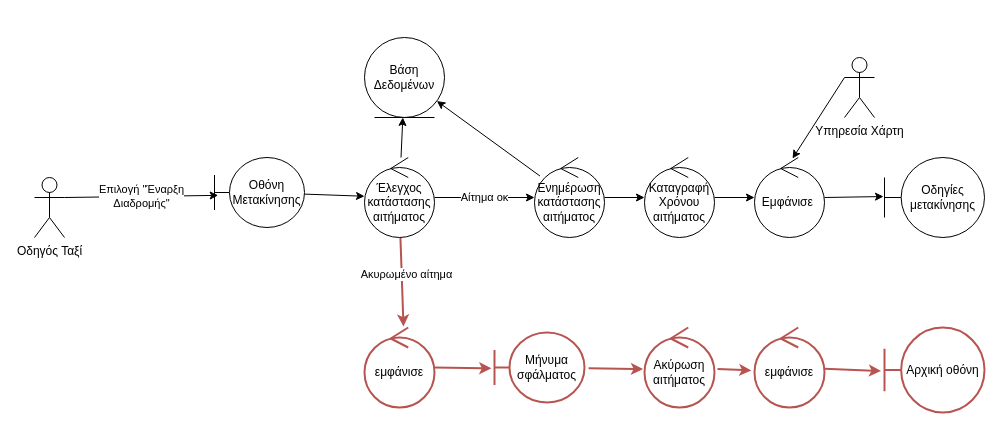
Earlier version of the draw.io diagram Part_2/Robustness/diagrams/09_Επιβίβαση_σε_Ταξί.drawio (Nikolis2002/texnoligia_logismikou). Source tidied: cells renumbered, new cells numbered last; positions are measured from the earlier drawing's top-left corner, leaving out a move shared by most shapes. Both pictures are drawn from the tidied source at 100%, with x=0, y=0 at pixel (34, 37).
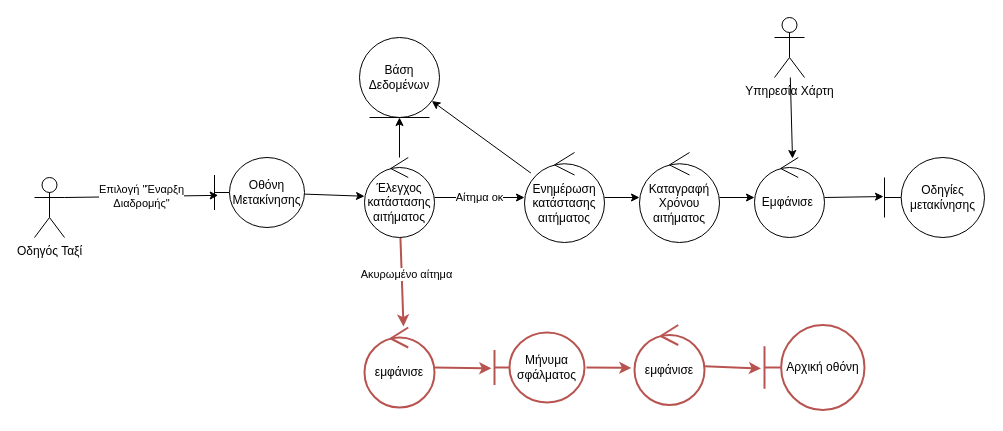
The same page after the edit.

Unchanged cells that the change refers to:
```xml
<mxCell id="16" value="Εμφάνισε&amp;nbsp;" style="ellipse;shape=umlControl;whiteSpace=wrap;html=1;" parent="1" vertex="1">
  <mxGeometry x="720" y="120" width="70" height="80" as="geometry" />
</mxCell>
<mxCell id="26" value="Μήνυμα σφάλματος" style="shape=umlBoundary;whiteSpace=wrap;html=1;fillColor=none;strokeColor=#b85450;strokeWidth=2;" parent="1" vertex="1">
  <mxGeometry x="460" y="295" width="90" height="70" as="geometry" />
</mxCell>
```

What changed in the source:
```diff
@@
     <mxCell id="11" value="Βάση Δεδομένων" style="ellipse;shape=umlEntity;whiteSpace=wrap;html=1;" parent="1" vertex="1">
-      <mxGeometry x="330" width="80" height="80" as="geometry" />
+      <mxGeometry x="325" width="80" height="80" as="geometry" />
     </mxCell>
@@
     <mxCell id="14" value="Ενημέρωση κατάστασης αιτήματος" style="ellipse;shape=umlControl;whiteSpace=wrap;html=1;" parent="1" vertex="1">
-      <mxGeometry x="500" y="120" width="70" height="80" as="geometry" />
+      <mxGeometry x="490" y="115" width="80" height="90" as="geometry" />
     </mxCell>
@@
-    <mxCell id="17" style="edgeStyle=none;html=1;exitX=0;exitY=0.3333333333333333;exitDx=0;exitDy=0;exitPerimeter=0;entryX=0.543;entryY=0.013;entryDx=0;entryDy=0;entryPerimeter=0;" parent="1" edge="1" source="18" target="16">
+    <mxCell id="17" style="edgeStyle=none;html=1;entryX=0.543;entryY=0.013;entryDx=0;entryDy=0;entryPerimeter=0;" parent="1" edge="1" source="18" target="16">
       <mxGeometry relative="1" as="geometry" />
     </mxCell>
     <mxCell id="18" value="Υπηρεσία Χάρτη" style="shape=umlActor;verticalLabelPosition=bottom;verticalAlign=top;html=1;" parent="1" vertex="1">
-      <mxGeometry x="810" y="20" width="30" height="60" as="geometry" />
+      <mxGeometry x="740" y="-20" width="30" height="60" as="geometry" />
     </mxCell>
@@
-    <mxCell id="22" style="edgeStyle=none;html=1;entryX=-0.021;entryY=0.519;entryDx=0;entryDy=0;entryPerimeter=0;strokeColor=#B85450;strokeWidth=2;exitX=1.045;exitY=0.512;exitDx=0;exitDy=0;exitPerimeter=0;" parent="1" edge="1" source="26" target="27">
-      <mxGeometry relative="1" as="geometry" />
-    </mxCell>
-    <mxCell id="23" style="edgeStyle=none;html=1;strokeColor=#B85450;strokeWidth=2;entryX=-0.045;entryY=0.536;entryDx=0;entryDy=0;entryPerimeter=0;exitX=1.043;exitY=0.519;exitDx=0;exitDy=0;exitPerimeter=0;" parent="1" edge="1" source="27" target="29">
+    <mxCell id="23" style="edgeStyle=none;html=1;strokeColor=#B85450;strokeWidth=2;entryX=-0.045;entryY=0.536;entryDx=0;entryDy=0;entryPerimeter=0;exitX=1.022;exitY=0.5;exitDx=0;exitDy=0;exitPerimeter=0;" parent="1" edge="1" source="26" target="29">
       <mxGeometry relative="1" as="geometry" />
     </mxCell>
@@
     <mxCell id="25" value="Καταγραφή Χρόνου αιτήματος" style="ellipse;shape=umlControl;whiteSpace=wrap;html=1;" parent="1" vertex="1">
-      <mxGeometry x="610" y="120" width="70" height="80" as="geometry" />
+      <mxGeometry x="605" y="115" width="80" height="90" as="geometry" />
     </mxCell>
@@
-    <mxCell id="27" value="Ακύρωση αιτήματος" style="ellipse;shape=umlControl;whiteSpace=wrap;html=1;strokeColor=#B85450;strokeWidth=2;" parent="1" vertex="1">
-      <mxGeometry x="610" y="290" width="70" height="80" as="geometry" />
-    </mxCell>
@@
     <mxCell id="29" value="εμφάνισε" style="ellipse;shape=umlControl;whiteSpace=wrap;html=1;strokeColor=#B85450;strokeWidth=2;" parent="1" vertex="1">
-      <mxGeometry x="720" y="290" width="70" height="80" as="geometry" />
+      <mxGeometry x="600" y="287.5" width="70" height="80" as="geometry" />
     </mxCell>
     <mxCell id="30" value="Αρχική οθόνη" style="shape=umlBoundary;whiteSpace=wrap;html=1;fillColor=none;strokeColor=#b85450;strokeWidth=2;" parent="1" vertex="1">
-      <mxGeometry x="850" y="290" width="100" height="85" as="geometry" />
+      <mxGeometry x="730" y="287.5" width="100" height="85" as="geometry" />
     </mxCell>
```
